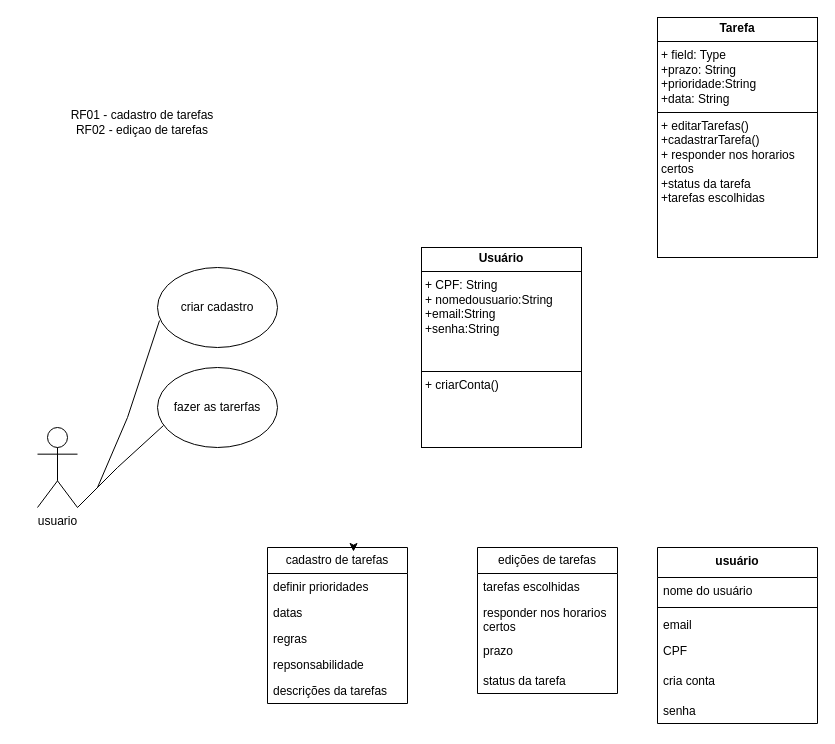
liviabla/diagramasderequisitos keeps this draw.io diagram as page "Página-6" (6 of 7) of bla.drawio. Above is the earlier version. Source tidied: cells renumbered, new cells numbered last; positions are measured from the earlier drawing's top-left corner, leaving out a move shared by most shapes. Both pictures are drawn from the tidied source at 100%, with x=0, y=0 at pixel (17, 17).
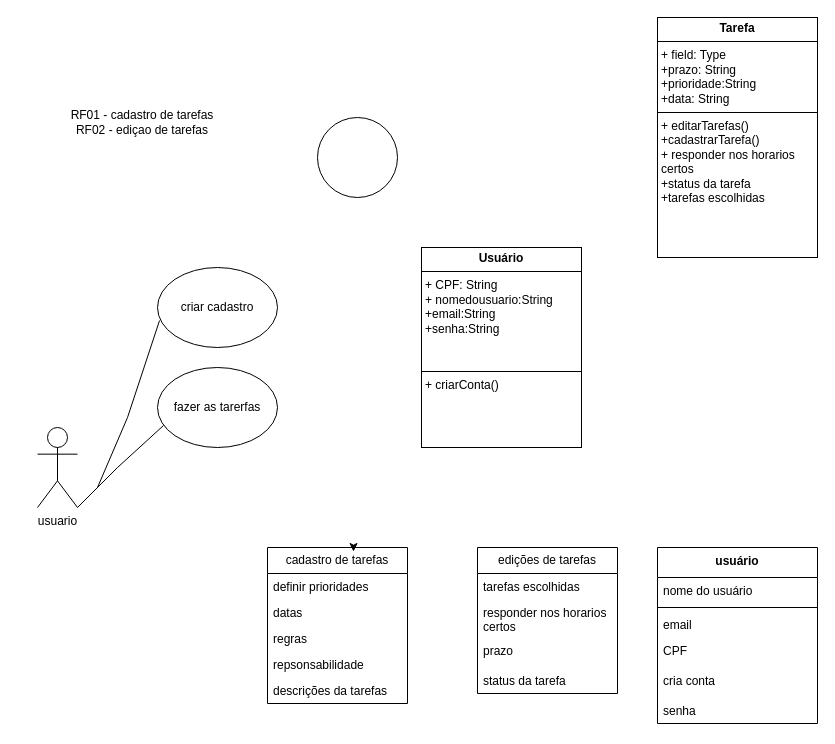
The same page after the edit.

The edit, as a diff of the source:
```diff
@@
+    <mxCell id="29" style="ellipse;whiteSpace=wrap;html=1;" parent="1" vertex="1">
+      <mxGeometry x="300" y="100" width="80" height="80" as="geometry" />
+    </mxCell>
```
